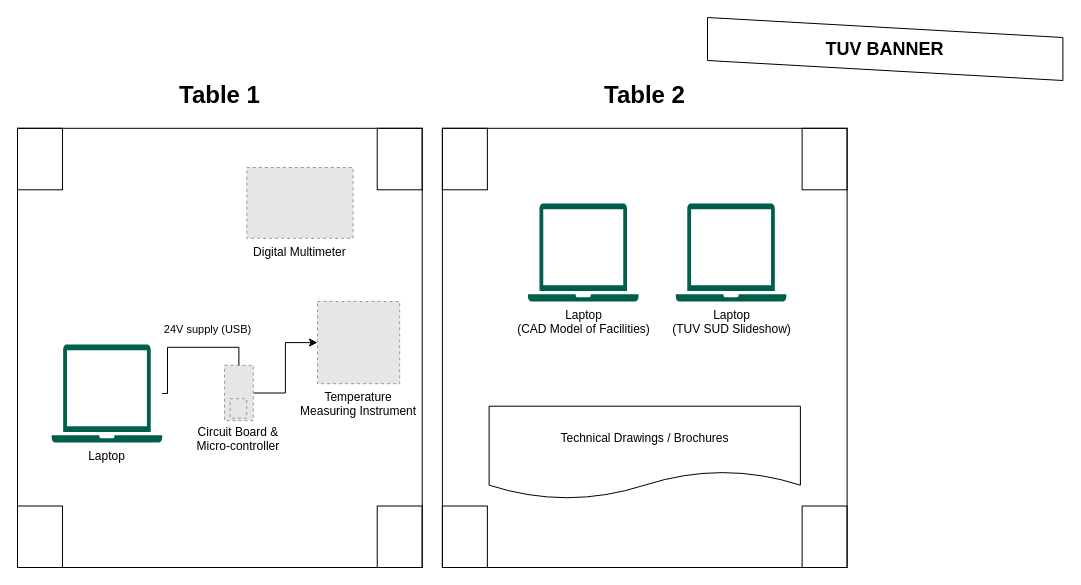
The draw.io diagram page "Page-1" (1 of 2) of STEM Event Exhibit.drawio in josephmcg16/nel, before the edit. Source tidied: cells renumbered, new cells numbered last; positions are measured from the earlier drawing's top-left corner, leaving out a move shared by most shapes. Both pictures are drawn from the tidied source at 100%, with x=0, y=0 at pixel (17, 17). Pictures stored in the file or linked from it are replaced by grey dashed boxes.
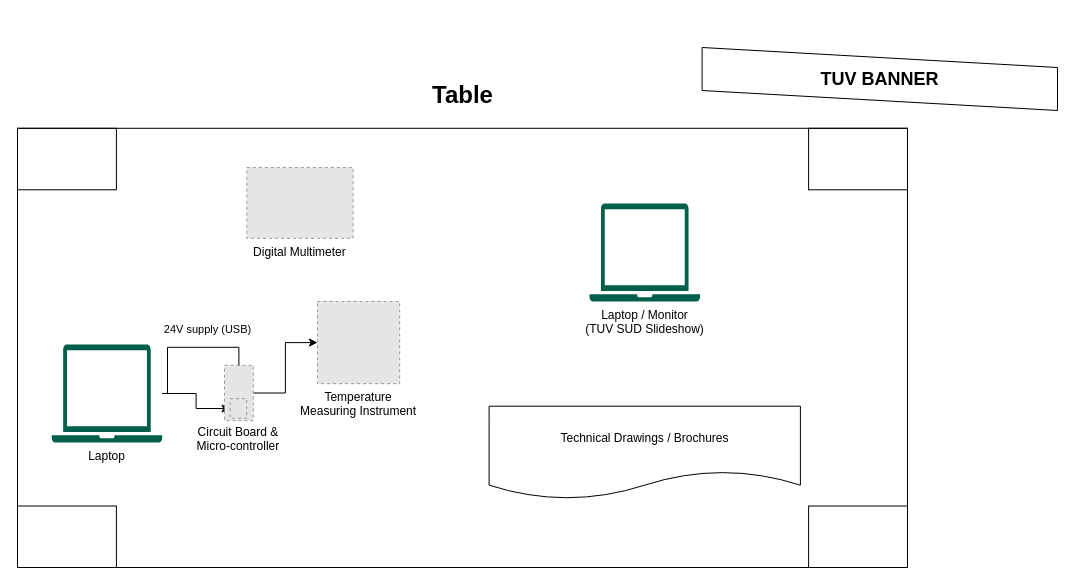
After the change.

Unchanged cells that the change refers to:
```xml
<mxCell id="2" style="group;labelPosition=center;verticalLabelPosition=top;align=center;verticalAlign=bottom;" parent="1" vertex="1">
  <mxGeometry y="10" width="1040" height="540" as="geometry" />
</mxCell>
<mxCell id="10" value="Laptop" style="sketch=0;shadow=0;dashed=0;html=1;strokeColor=none;fillColor=#005F4B;labelPosition=center;verticalLabelPosition=bottom;verticalAlign=top;align=center;outlineConnect=0;shape=mxgraph.veeam2.laptop;" parent="3" vertex="1">
  <mxGeometry x="34.2" y="216.2" width="110.5" height="98" as="geometry" />
</mxCell>
<mxCell id="15" value="Circuit Board &amp;&#10;Micro-controller" style="fillColor=#E6E6E6;strokeColor=#999999;dashed=1;verticalLabelPosition=bottom;labelBackgroundColor=default;verticalAlign=top;" parent="3" vertex="1">
  <mxGeometry x="212.6" y="270.4" width="16.7" height="19.5" as="geometry" />
</mxCell>
```

Change to the diagram source:
```diff
@@
     <mxCell id="3" style="group;labelPosition=center;verticalLabelPosition=top;align=center;verticalAlign=bottom;" parent="2" vertex="1">
-      <mxGeometry y="100.8" width="829.6" height="439.2" as="geometry" />
+      <mxGeometry y="100.8" width="890" height="439.2" as="geometry" />
     </mxCell>
-    <mxCell id="4" value="&lt;h1&gt;Table 1&lt;/h1&gt;" style="verticalLabelPosition=top;html=1;verticalAlign=bottom;align=center;shape=mxgraph.floorplan.table;labelPosition=center;" parent="3" vertex="1">
-      <mxGeometry width="404.7" height="439.2" as="geometry" />
+    <mxCell id="4" value="&lt;h1&gt;Table&lt;/h1&gt;" style="verticalLabelPosition=top;html=1;verticalAlign=bottom;align=center;shape=mxgraph.floorplan.table;labelPosition=center;" parent="3" vertex="1">
+      <mxGeometry width="890" height="439.2" as="geometry" />
     </mxCell>
-    <mxCell id="5" value="&lt;h1&gt;Table 2&lt;/h1&gt;" style="verticalLabelPosition=top;html=1;verticalAlign=bottom;align=center;shape=mxgraph.floorplan.table;labelPosition=center;" parent="3" vertex="1">
-      <mxGeometry x="424.9" width="404.7" height="439.2" as="geometry" />
-    </mxCell>
-    <mxCell id="6" value="Laptop&lt;br&gt;(CAD Model of Facilities)" style="sketch=0;shadow=0;dashed=0;html=1;strokeColor=none;fillColor=#005F4B;labelPosition=center;verticalLabelPosition=bottom;verticalAlign=top;align=center;shape=mxgraph.veeam2.laptop;" parent="3" vertex="1">
-      <mxGeometry x="510.5" y="75.2" width="110.5" height="98" as="geometry" />
-    </mxCell>
-    <mxCell id="7" value="Laptop&lt;br&gt;(TUV SUD Slideshow)" style="sketch=0;shadow=0;dashed=0;html=1;strokeColor=none;fillColor=#005F4B;labelPosition=center;verticalLabelPosition=bottom;verticalAlign=top;align=center;shape=mxgraph.veeam2.laptop;" parent="3" vertex="1">
-      <mxGeometry x="658.3" y="75.2" width="110.5" height="98" as="geometry" />
+    <mxCell id="7" value="Laptop / Monitor&lt;br&gt;(TUV SUD Slideshow)" style="sketch=0;shadow=0;dashed=0;html=1;strokeColor=none;fillColor=#005F4B;labelPosition=center;verticalLabelPosition=bottom;verticalAlign=top;align=center;shape=mxgraph.veeam2.laptop;" parent="3" vertex="1">
+      <mxGeometry x="572" y="75.2" width="110.5" height="98" as="geometry" />
     </mxCell>
@@
+    <mxCell id="18" style="edgeStyle=orthogonalEdgeStyle;rounded=0;jettySize=auto;html=1;" parent="3" edge="1" source="10" target="15">
+      <mxGeometry relative="1" as="geometry" />
+    </mxCell>
@@
     <mxCell id="17" value="&lt;h2&gt;TUV BANNER&lt;/h2&gt;" style="shape=parallelogram;perimeter=parallelogramPerimeter;whiteSpace=wrap;html=1;fixedSize=1;direction=north;rotation=0;" parent="2" vertex="1">
-      <mxGeometry x="690" y="-10" width="355.4" height="63" as="geometry" />
+      <mxGeometry x="684.6" y="20" width="355.4" height="63" as="geometry" />
     </mxCell>
```
